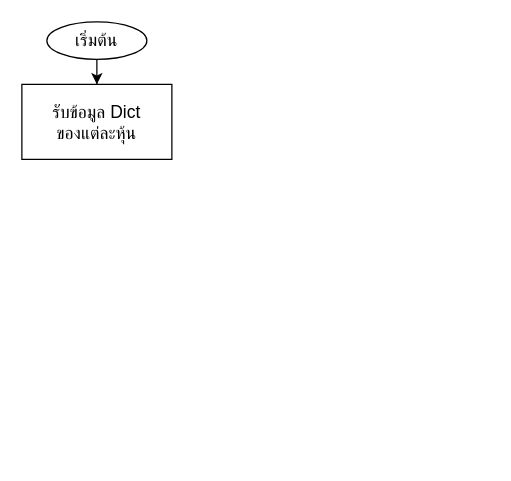
Earlier version of the draw.io diagram Untitled Diagram.drawio (PrasertLoprasert/ThaiStock). Source tidied: cells renumbered, new cells numbered last; positions are measured from the earlier drawing's top-left corner, leaving out a move shared by most shapes. Both pictures are drawn from the tidied source at 125%, with x=0, y=0 at pixel (21, 21).
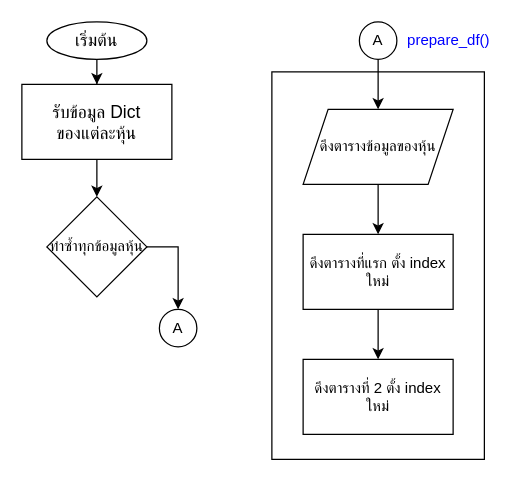
The same page after the edit.

Change to the diagram source:
```diff
@@
 <mxGraphModel>
   <root>
     <mxCell id="0" />
     <mxCell id="1" parent="0" />
+    <mxCell id="5" style="rounded=0;whiteSpace=wrap;html=1;" parent="1" vertex="1">
+      <mxGeometry x="200" y="40" width="170" height="310" as="geometry" />
+    </mxCell>
     <mxCell id="2" style="edgeStyle=orthogonalEdgeStyle;rounded=0;jettySize=auto;html=1;" parent="1" edge="1" source="3" target="4">
       <mxGeometry relative="1" as="geometry" />
     </mxCell>
     <mxCell id="3" value="&lt;font style=&quot;font-size: 14px;&quot;&gt;เริ่มต้น&lt;/font&gt;" style="ellipse;whiteSpace=wrap;html=1;" parent="1" vertex="1">
       <mxGeometry x="20" width="80" height="30" as="geometry" />
     </mxCell>
+    <mxCell id="6" style="edgeStyle=orthogonalEdgeStyle;rounded=0;jettySize=auto;html=1;" parent="1" edge="1" source="4" target="8">
+      <mxGeometry relative="1" as="geometry" />
+    </mxCell>
     <mxCell id="4" value="&lt;font style=&quot;font-size: 14px;&quot;&gt;รับข้อมูล Dict &lt;br&gt;ของแต่ละหุ้น&lt;/font&gt;" style="whiteSpace=wrap;html=1;" parent="1" vertex="1">
       <mxGeometry y="50" width="120" height="60" as="geometry" />
     </mxCell>
+    <mxCell id="7" style="edgeStyle=orthogonalEdgeStyle;rounded=0;jettySize=auto;html=1;" parent="1" edge="1" source="8" target="9">
+      <mxGeometry relative="1" as="geometry" />
+    </mxCell>
+    <mxCell id="8" value="ทำซ้ำทุกข้อมูลหุ้น" style="rhombus;whiteSpace=wrap;html=1;" parent="1" vertex="1">
+      <mxGeometry x="20" y="140" width="80" height="80" as="geometry" />
+    </mxCell>
+    <mxCell id="9" value="A" style="ellipse;whiteSpace=wrap;html=1;" parent="1" vertex="1">
+      <mxGeometry x="110" y="230" width="30" height="30" as="geometry" />
+    </mxCell>
+    <mxCell id="10" style="edgeStyle=orthogonalEdgeStyle;rounded=0;jettySize=auto;html=1;" parent="1" edge="1" source="11" target="13">
+      <mxGeometry relative="1" as="geometry" />
+    </mxCell>
+    <mxCell id="11" value="A" style="ellipse;whiteSpace=wrap;html=1;" parent="1" vertex="1">
+      <mxGeometry x="270" width="30" height="30" as="geometry" />
+    </mxCell>
+    <mxCell id="12" style="edgeStyle=orthogonalEdgeStyle;rounded=0;jettySize=auto;html=1;" parent="1" edge="1" source="13" target="15">
+      <mxGeometry relative="1" as="geometry" />
+    </mxCell>
+    <mxCell id="13" value="ดึงตารางข้อมูลของหุ้น" style="shape=parallelogram;perimeter=parallelogramPerimeter;whiteSpace=wrap;html=1;fixedSize=1;" parent="1" vertex="1">
+      <mxGeometry x="225" y="70" width="120" height="60" as="geometry" />
+    </mxCell>
+    <mxCell id="14" style="edgeStyle=orthogonalEdgeStyle;rounded=0;jettySize=auto;html=1;" parent="1" edge="1" source="15" target="16">
+      <mxGeometry relative="1" as="geometry" />
+    </mxCell>
+    <mxCell id="15" value="ดึงตารางที่แรก ตั้ง index ใหม่" style="whiteSpace=wrap;html=1;" parent="1" vertex="1">
+      <mxGeometry x="225" y="170" width="120" height="60" as="geometry" />
+    </mxCell>
+    <mxCell id="16" value="ดึงตารางที่ 2 ตั้ง index ใหม่" style="whiteSpace=wrap;html=1;" parent="1" vertex="1">
+      <mxGeometry x="225" y="270" width="120" height="60" as="geometry" />
+    </mxCell>
+    <mxCell id="17" value="&amp;nbsp;prepare_df()" style="text;html=1;strokeColor=none;fillColor=none;align=center;verticalAlign=middle;whiteSpace=wrap;rounded=0;fontColor=#0000FF;" parent="1" vertex="1">
+      <mxGeometry x="310" width="60" height="30" as="geometry" />
+    </mxCell>
   </root>
 </mxGraphModel>
```
